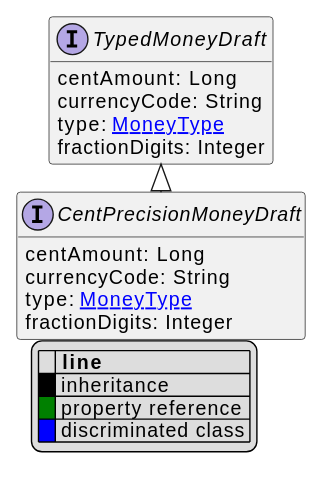
Above: uml/api/svg/CentPrecisionMoneyDraft.svg in commercetools/commercetools-api-reference (PlantUML), before the change. The source it was exported from:
```plantuml
@startuml
!pragma layout elk
hide empty fields
hide empty methods
legend
|= |= line |
|<back:black>   </back>| inheritance |
|<back:green>   </back>| property reference |
|<back:blue>   </back>| discriminated class |
endlegend
interface CentPrecisionMoneyDraft [[CentPrecisionMoneyDraft.svg]] extends TypedMoneyDraft {
    centAmount: Long
    currencyCode: String
    type: [[MoneyType.svg MoneyType]]
    fractionDigits: Integer
}
interface TypedMoneyDraft [[TypedMoneyDraft.svg]]  {
    centAmount: Long
    currencyCode: String
    type: [[MoneyType.svg MoneyType]]
    fractionDigits: Integer
}





@enduml
```
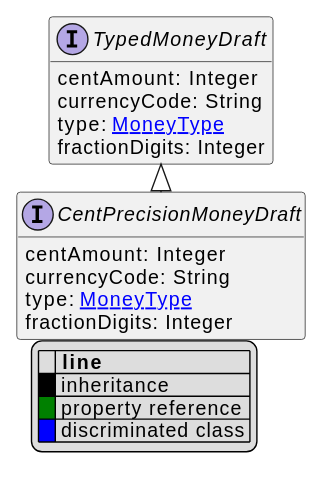
Above is the later version.

The edit, as a diff of the source:
```diff
@@ -9,13 +9,13 @@
 |<back:blue>   </back>| discriminated class |
 endlegend
 interface CentPrecisionMoneyDraft [[CentPrecisionMoneyDraft.svg]] extends TypedMoneyDraft {
-    centAmount: Long
+    centAmount: Integer
     currencyCode: String
     type: [[MoneyType.svg MoneyType]]
     fractionDigits: Integer
 }
 interface TypedMoneyDraft [[TypedMoneyDraft.svg]]  {
-    centAmount: Long
+    centAmount: Integer
     currencyCode: String
     type: [[MoneyType.svg MoneyType]]
     fractionDigits: Integer
```
